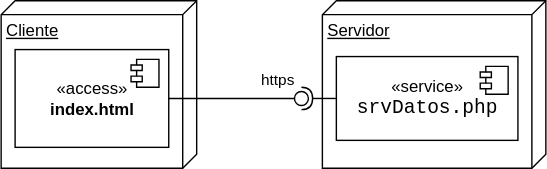
This is docs/img/m11muestra/srvmuestradistribucion.drawio.svg from gilpgawoas/gilpgawoas.github.io, a draw.io export, as it was before one commit. Source tidied: cells renumbered, new cells last; positions are measured from the earlier drawing's top-left corner, leaving out a move shared by most shapes. Source of this version:
```xml
<mxGraphModel>
  <root>
    <mxCell id="0" />
    <mxCell id="1" parent="0" />
    <mxCell id="2" value="Cliente" style="verticalAlign=top;align=left;spacingTop=8;spacingLeft=2;spacingRight=12;shape=cube;size=10;direction=south;fontStyle=4;html=1;" parent="1" vertex="1">
      <mxGeometry width="140" height="120" as="geometry" />
    </mxCell>
    <mxCell id="3" value="«access»&lt;br&gt;&lt;b&gt;index.html&lt;/b&gt;" style="html=1;" parent="1" vertex="1">
      <mxGeometry x="10" y="35" width="110" height="70" as="geometry" />
    </mxCell>
    <mxCell id="4" style="shape=module;jettyWidth=8;jettyHeight=4;" parent="3" vertex="1">
      <mxGeometry x="1" width="20" height="20" relative="1" as="geometry">
        <mxPoint x="-27" y="7" as="offset" />
      </mxGeometry>
    </mxCell>
    <mxCell id="5" value="Servidor" style="verticalAlign=top;align=left;spacingTop=8;spacingLeft=2;spacingRight=12;shape=cube;size=10;direction=south;fontStyle=4;html=1;" parent="1" vertex="1">
      <mxGeometry x="230" width="160" height="120" as="geometry" />
    </mxCell>
    <mxCell id="6" value="«service»&lt;br&gt;&lt;font face=&quot;Consolas, Courier New, monospace&quot;&gt;&lt;span style=&quot;font-size: 14px; background-color: rgb(255, 255, 255);&quot;&gt;srvDatos.php&lt;/span&gt;&lt;/font&gt;" style="html=1;" parent="1" vertex="1">
      <mxGeometry x="240" y="40" width="130" height="60" as="geometry" />
    </mxCell>
    <mxCell id="7" style="shape=module;jettyWidth=8;jettyHeight=4;" parent="6" vertex="1">
      <mxGeometry x="1" width="20" height="20" relative="1" as="geometry">
        <mxPoint x="-27" y="7" as="offset" />
      </mxGeometry>
    </mxCell>
    <mxCell id="8" value="https" style="rounded=0;jettySize=auto;html=1;endArrow=none;endFill=0;sketch=0;sourcePerimeterSpacing=0;targetPerimeterSpacing=0;exitX=1;exitY=0.5;exitDx=0;exitDy=0;" parent="1" edge="1" source="3" target="10">
      <mxGeometry x="0.73" y="13" relative="1" as="geometry" />
    </mxCell>
    <mxCell id="9" style="rounded=0;jettySize=auto;html=1;endArrow=halfCircle;endFill=0;entryX=0.5;entryY=0.5;endSize=6;strokeWidth=1;sketch=0;exitX=0;exitY=0.5;exitDx=0;exitDy=0;" parent="1" edge="1" source="6" target="10">
      <mxGeometry relative="1" as="geometry" />
    </mxCell>
    <mxCell id="10" style="ellipse;whiteSpace=wrap;html=1;align=center;points=[];outlineConnect=0;sketch=0;" parent="1" vertex="1">
      <mxGeometry x="210" y="65" width="10" height="10" as="geometry" />
    </mxCell>
  </root>
</mxGraphModel>
```
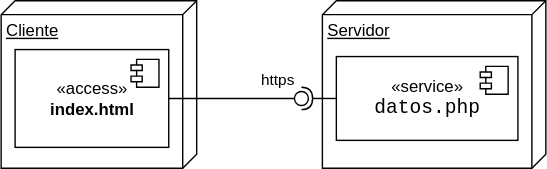
After the change.

Diff of the diagram source:
```diff
@@ -16,7 +16,7 @@
     <mxCell id="5" value="Servidor" style="verticalAlign=top;align=left;spacingTop=8;spacingLeft=2;spacingRight=12;shape=cube;size=10;direction=south;fontStyle=4;html=1;" parent="1" vertex="1">
       <mxGeometry x="230" width="160" height="120" as="geometry" />
     </mxCell>
-    <mxCell id="6" value="«service»&lt;br&gt;&lt;font face=&quot;Consolas, Courier New, monospace&quot;&gt;&lt;span style=&quot;font-size: 14px; background-color: rgb(255, 255, 255);&quot;&gt;srvDatos.php&lt;/span&gt;&lt;/font&gt;" style="html=1;" parent="1" vertex="1">
+    <mxCell id="6" value="«service»&lt;br&gt;&lt;font face=&quot;Consolas, Courier New, monospace&quot;&gt;&lt;span style=&quot;font-size: 14px; background-color: rgb(255, 255, 255);&quot;&gt;datos.php&lt;/span&gt;&lt;/font&gt;" style="html=1;" parent="1" vertex="1">
       <mxGeometry x="240" y="40" width="130" height="60" as="geometry" />
     </mxCell>
     <mxCell id="7" style="shape=module;jettyWidth=8;jettyHeight=4;" parent="6" vertex="1">
```
